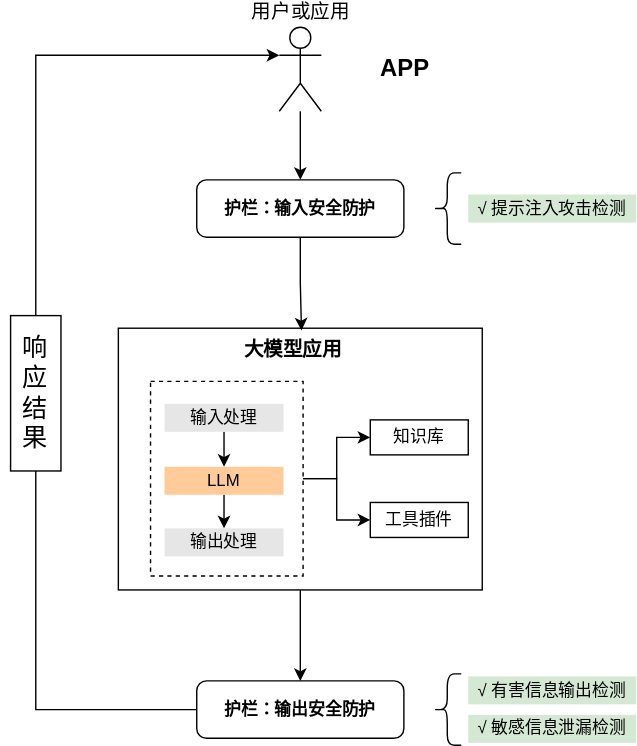
skillre/diagrams_P keeps this draw.io diagram as 安全护栏模型能力设计图.drawio.svg. Above is the earlier version. Source tidied: cells renumbered, new cells last; positions are measured from the earlier drawing's top-left corner, leaving out a move shared by most shapes.
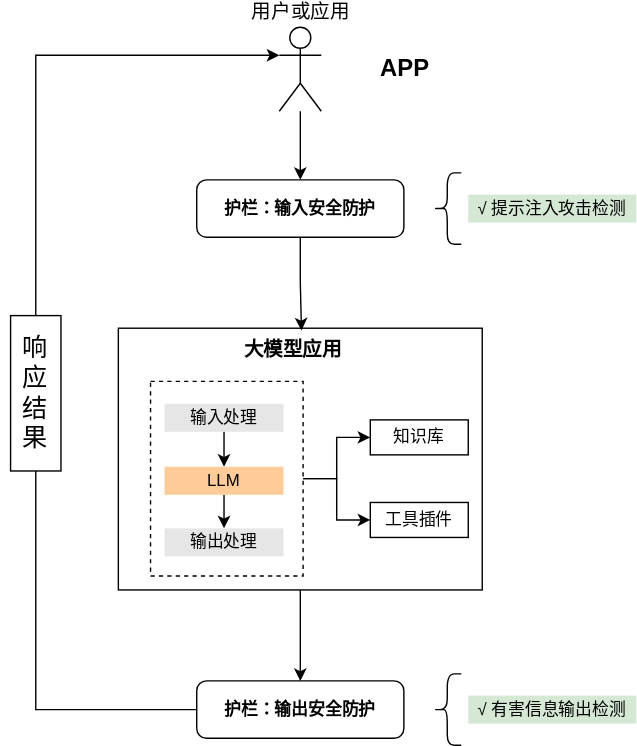
Above is the later version.

Commit message:
更新安全护栏模型能力设计图.drawio.svg

What changed in the source:
```diff
@@ -69,11 +69,8 @@
       <mxGeometry x="302" y="462" width="20" height="51" as="geometry" />
     </mxCell>
     <mxCell id="24" value="√ 有害信息输出检测" style="rounded=0;whiteSpace=wrap;html=1;strokeColor=none;fillColor=#d5e8d4;" parent="1" vertex="1">
-      <mxGeometry x="327" y="463.8" width="120" height="20" as="geometry" />
+      <mxGeometry x="327" y="477.5" width="120" height="20" as="geometry" />
     </mxCell>
-    <mxCell id="25" value="√ 敏感信息泄漏检测" style="rounded=0;whiteSpace=wrap;html=1;strokeColor=none;fillColor=#d5e8d4;" parent="1" vertex="1">
-      <mxGeometry x="327" y="491.2" width="120" height="20" as="geometry" />
-    </mxCell>
     <mxCell id="26" style="edgeStyle=orthogonalEdgeStyle;rounded=0;jettySize=auto;html=1;entryX=0;entryY=0.3333333333333333;entryDx=0;entryDy=0;entryPerimeter=0;" parent="1" edge="1" source="28" target="3">
       <mxGeometry relative="1" as="geometry">
         <Array as="points">
```
